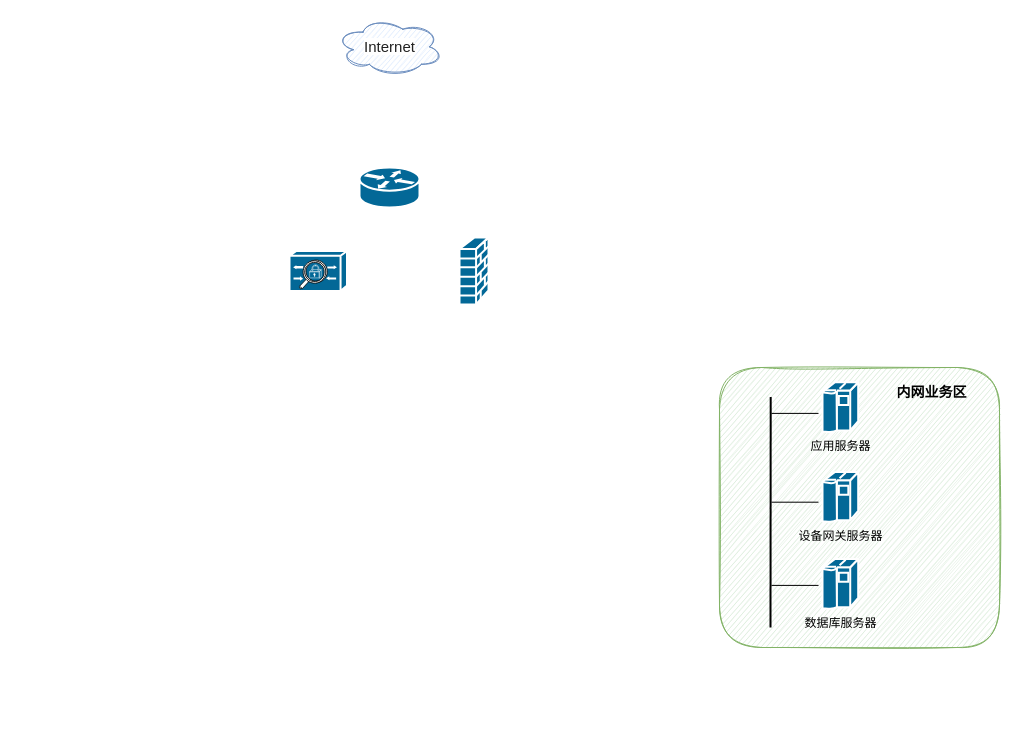
This is 充电桩三级等保拓扑图.drawio from LingClassmate/diagrams, a draw.io file, before an edit. Source tidied: cells renumbered, new cells numbered last; positions are measured from the earlier drawing's top-left corner, leaving out a move shared by most shapes. Both pictures are drawn from the tidied source at 100%, with x=0, y=0 at pixel (289, 17).
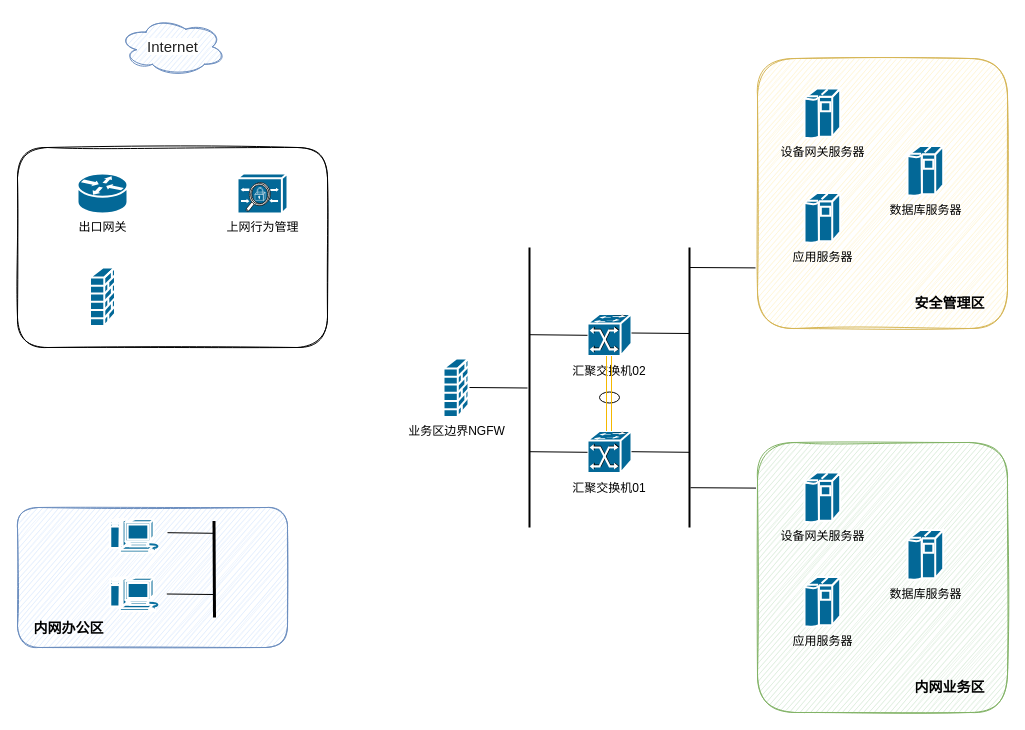
After the change.

Commit message (it also covers changes not shown here):
更新充电桩三级等保拓扑图.drawio

Change to the diagram source:
```diff
@@
+    <mxCell id="15" style="rounded=1;whiteSpace=wrap;html=1;sketch=1;shadow=0;" parent="1" vertex="1">
+      <mxGeometry x="-272" y="130" width="310" height="200" as="geometry" />
+    </mxCell>
-    <mxCell id="2" style="shape=mxgraph.cisco.routers.router;html=1;dashed=0;fillColor=#036897;strokeColor=#ffffff;strokeWidth=2;verticalLabelPosition=bottom;verticalAlign=top;align=center;" parent="1" vertex="1">
-      <mxGeometry x="70" y="150" width="60" height="40" as="geometry" />
+    <mxCell id="2" value="出口网关" style="shape=mxgraph.cisco.routers.router;html=1;dashed=0;fillColor=#036897;strokeColor=#ffffff;strokeWidth=2;verticalLabelPosition=bottom;verticalAlign=top;align=center;" parent="1" vertex="1">
+      <mxGeometry x="-212" y="156" width="50" height="40" as="geometry" />
     </mxCell>
-    <mxCell id="3" style="shape=mxgraph.cisco.misc.acs;html=1;dashed=0;fillColor=#036897;strokeColor=#ffffff;strokeWidth=2;verticalLabelPosition=bottom;verticalAlign=top;align=center;" parent="1" vertex="1">
-      <mxGeometry y="233.5" width="57.5" height="40" as="geometry" />
+    <mxCell id="3" value="上网行为管理" style="shape=mxgraph.cisco.misc.acs;html=1;dashed=0;fillColor=#036897;strokeColor=#ffffff;strokeWidth=2;verticalLabelPosition=bottom;verticalAlign=top;align=center;" parent="1" vertex="1">
+      <mxGeometry x="-52" y="156" width="50" height="40" as="geometry" />
     </mxCell>
-    <mxCell id="4" style="shape=mxgraph.cisco.security.firewall;html=1;dashed=0;fillColor=#036897;strokeColor=#ffffff;strokeWidth=2;verticalLabelPosition=bottom;verticalAlign=top;align=center;" parent="1" vertex="1">
-      <mxGeometry x="170" y="220" width="29" height="67" as="geometry" />
-    </mxCell>
     <mxCell id="5" value="&lt;span style=&quot;color: rgb(34, 34, 34); font-family: Arial, sans-serif; font-size: 15px; text-align: start; background-color: rgb(255, 255, 255);&quot;&gt;Internet&lt;/span&gt;" style="ellipse;shape=cloud;whiteSpace=wrap;html=1;shadow=0;sketch=1;fontSize=15;strokeColor=#6c8ebf;fillColor=#dae8fc;" parent="1" vertex="1">
-      <mxGeometry x="46.8" width="106.5" height="58.5" as="geometry" />
+      <mxGeometry x="-170.2" width="106.5" height="58.5" as="geometry" />
     </mxCell>
     <mxCell id="6" style="rounded=1;whiteSpace=wrap;html=1;sketch=1;fillColor=#d5e8d4;strokeColor=#82b366;shadow=0;" parent="1" vertex="1">
-      <mxGeometry x="430" y="350" width="280" height="280" as="geometry" />
+      <mxGeometry x="468" y="425" width="250" height="270" as="geometry" />
     </mxCell>
     <mxCell id="7" value="内网业务区" style="text;html=1;strokeColor=none;fillColor=none;align=center;verticalAlign=middle;whiteSpace=wrap;rounded=0;sketch=1;fontColor=#000000;fontSize=14;fontStyle=1;" parent="1" vertex="1">
-      <mxGeometry x="600" y="360" width="85" height="30" as="geometry" />
+      <mxGeometry x="618" y="655" width="85" height="30" as="geometry" />
     </mxCell>
-    <mxCell id="8" style="endArrow=none;html=1;rounded=0;entryX=0.211;entryY=0.086;entryDx=0;entryDy=0;strokeWidth=2;entryPerimeter=0;" parent="1" edge="1">
+    <mxCell id="8" style="endArrow=none;html=1;rounded=0;strokeWidth=2;" parent="1" edge="1">
       <mxGeometry relative="1" as="geometry">
-        <mxPoint x="481" y="610" as="sourcePoint" />
-        <mxPoint x="481.2" y="379.5" as="targetPoint" />
+        <mxPoint x="400" y="510" as="sourcePoint" />
+        <mxPoint x="400" y="230" as="targetPoint" />
       </mxGeometry>
     </mxCell>
-    <mxCell id="9" style="endArrow=none;html=1;rounded=0;" parent="1" edge="1">
-      <mxGeometry relative="1" as="geometry">
-        <mxPoint x="482" y="395.9" as="sourcePoint" />
-        <mxPoint x="529" y="395.9" as="targetPoint" />
-      </mxGeometry>
-    </mxCell>
-    <mxCell id="10" style="endArrow=none;html=1;rounded=0;" parent="1" edge="1">
-      <mxGeometry relative="1" as="geometry">
-        <mxPoint x="482" y="484.7" as="sourcePoint" />
-        <mxPoint x="529" y="484.7" as="targetPoint" />
-      </mxGeometry>
-    </mxCell>
-    <mxCell id="11" style="endArrow=none;html=1;rounded=0;" parent="1" edge="1">
-      <mxGeometry relative="1" as="geometry">
-        <mxPoint x="482" y="567.9" as="sourcePoint" />
-        <mxPoint x="529" y="567.9" as="targetPoint" />
-      </mxGeometry>
-    </mxCell>
     <mxCell id="12" value="应用服务器" style="shape=mxgraph.cisco.computers_and_peripherals.ibm_mainframe;sketch=0;html=1;dashed=0;fillColor=#036897;strokeColor=#ffffff;strokeWidth=2;verticalLabelPosition=bottom;verticalAlign=top;align=center;shadow=0;fontSize=12;" parent="1" vertex="1">
-      <mxGeometry x="533" y="364.8" width="35.7" height="50" as="geometry" />
+      <mxGeometry x="515" y="559.5" width="35.7" height="50" as="geometry" />
     </mxCell>
     <mxCell id="13" value="设备网关服务器" style="shape=mxgraph.cisco.computers_and_peripherals.ibm_mainframe;sketch=0;html=1;dashed=0;fillColor=#036897;strokeColor=#ffffff;strokeWidth=2;verticalLabelPosition=bottom;verticalAlign=top;align=center;shadow=0;fontSize=12;" parent="1" vertex="1">
-      <mxGeometry x="533" y="454.5" width="35.7" height="50" as="geometry" />
+      <mxGeometry x="515" y="455" width="35.7" height="50" as="geometry" />
     </mxCell>
     <mxCell id="14" value="数据库服务器" style="shape=mxgraph.cisco.computers_and_peripherals.ibm_mainframe;sketch=0;html=1;dashed=0;fillColor=#036897;strokeColor=#ffffff;strokeWidth=2;verticalLabelPosition=bottom;verticalAlign=top;align=center;shadow=0;fontSize=12;" parent="1" vertex="1">
-      <mxGeometry x="533" y="541.5" width="35.7" height="50" as="geometry" />
+      <mxGeometry x="618" y="512.5" width="35.7" height="50" as="geometry" />
     </mxCell>
+    <mxCell id="16" style="rounded=1;whiteSpace=wrap;html=1;sketch=1;shadow=0;fillColor=#dae8fc;strokeColor=#6c8ebf;" parent="1" vertex="1">
+      <mxGeometry x="-272" y="490" width="270" height="140" as="geometry" />
+    </mxCell>
+    <mxCell id="17" style="shape=mxgraph.cisco.computers_and_peripherals.macintosh;sketch=0;html=1;dashed=0;fillColor=#036897;strokeColor=#ffffff;strokeWidth=2;verticalLabelPosition=bottom;verticalAlign=top;align=center;shadow=0;fontSize=12;" parent="1" vertex="1">
+      <mxGeometry x="-179.5" y="501.5" width="51.8" height="33.5" as="geometry" />
+    </mxCell>
+    <mxCell id="18" style="endArrow=none;html=1;rounded=0;strokeWidth=3;" parent="1" edge="1">
+      <mxGeometry relative="1" as="geometry">
+        <mxPoint x="-75" y="600" as="sourcePoint" />
+        <mxPoint x="-75.5" y="503.5" as="targetPoint" />
+      </mxGeometry>
+    </mxCell>
+    <mxCell id="19" style="endArrow=none;html=1;rounded=0;entryX=0;entryY=0.5;entryDx=0;entryDy=0;entryPerimeter=0;" parent="1" edge="1">
+      <mxGeometry relative="1" as="geometry">
+        <mxPoint x="-122" y="515.2" as="sourcePoint" />
+        <mxPoint x="-75.5" y="515.8" as="targetPoint" />
+      </mxGeometry>
+    </mxCell>
+    <mxCell id="20" style="endArrow=none;html=1;rounded=0;entryX=0;entryY=0.5;entryDx=0;entryDy=0;entryPerimeter=0;" parent="1" edge="1">
+      <mxGeometry relative="1" as="geometry">
+        <mxPoint x="-122.7" y="576.5" as="sourcePoint" />
+        <mxPoint x="-76.2" y="577" as="targetPoint" />
+      </mxGeometry>
+    </mxCell>
+    <mxCell id="21" value="内网办公区" style="text;html=1;strokeColor=none;fillColor=none;align=center;verticalAlign=middle;whiteSpace=wrap;rounded=0;sketch=1;fontColor=#000000;fontSize=14;fontStyle=1;" parent="1" vertex="1">
+      <mxGeometry x="-266.2" y="595.5" width="91" height="30" as="geometry" />
+    </mxCell>
+    <mxCell id="22" style="shape=mxgraph.cisco.computers_and_peripherals.macintosh;sketch=0;html=1;dashed=0;fillColor=#036897;strokeColor=#ffffff;strokeWidth=2;verticalLabelPosition=bottom;verticalAlign=top;align=center;shadow=0;fontSize=12;" parent="1" vertex="1">
+      <mxGeometry x="-179.5" y="560" width="51.8" height="33.5" as="geometry" />
+    </mxCell>
+    <mxCell id="23" value="业务区边界NGFW" style="shape=mxgraph.cisco.security.firewall;html=1;dashed=0;fillColor=#036897;strokeColor=#ffffff;strokeWidth=2;verticalLabelPosition=bottom;verticalAlign=top;align=center;" parent="1" vertex="1">
+      <mxGeometry x="154" y="341" width="25" height="58.5" as="geometry" />
+    </mxCell>
+    <mxCell id="24" style="ellipse;whiteSpace=wrap;html=1;" parent="1" vertex="1">
+      <mxGeometry x="310" y="374.5" width="20" height="11" as="geometry" />
+    </mxCell>
+    <mxCell id="25" style="shape=mxgraph.cisco.switches.atm_fast_gigabit_etherswitch;sketch=0;html=1;dashed=0;fillColor=#036897;strokeColor=#ffffff;strokeWidth=2;verticalLabelPosition=bottom;verticalAlign=top;align=center;fontColor=#000000;" parent="1" vertex="1">
+      <mxGeometry x="298" y="413.5" width="44" height="42" as="geometry" />
+    </mxCell>
+    <mxCell id="26" style="shape=mxgraph.cisco.switches.atm_fast_gigabit_etherswitch;sketch=0;html=1;dashed=0;fillColor=#036897;strokeColor=#ffffff;strokeWidth=2;verticalLabelPosition=bottom;verticalAlign=top;align=center;fontColor=#000000;" parent="1" vertex="1">
+      <mxGeometry x="298" y="296.5" width="44" height="42" as="geometry" />
+    </mxCell>
+    <mxCell id="27" value="汇聚交换机01" style="text;html=1;strokeColor=none;fillColor=none;align=center;verticalAlign=middle;whiteSpace=wrap;rounded=0;sketch=1;fontColor=#000000;" parent="1" vertex="1">
+      <mxGeometry x="270" y="455.5" width="100" height="30" as="geometry" />
+    </mxCell>
+    <mxCell id="28" value="汇聚交换机02" style="text;html=1;strokeColor=none;fillColor=none;align=center;verticalAlign=middle;whiteSpace=wrap;rounded=0;sketch=1;fontColor=#000000;" parent="1" vertex="1">
+      <mxGeometry x="270" y="338.5" width="100" height="30" as="geometry" />
+    </mxCell>
+    <mxCell id="29" style="shape=mxgraph.cisco.switches.atm_fast_gigabit_etherswitch;sketch=0;html=1;dashed=0;fillColor=#036897;strokeColor=#ffffff;strokeWidth=2;verticalLabelPosition=bottom;verticalAlign=top;align=center;fontColor=#000000;" parent="1" vertex="1">
+      <mxGeometry x="298" y="296.5" width="44" height="42" as="geometry" />
+    </mxCell>
+    <mxCell id="30" style="endArrow=none;html=1;rounded=0;exitX=0.5;exitY=0;exitDx=0;exitDy=0;exitPerimeter=0;entryX=0.5;entryY=0;entryDx=0;entryDy=0;strokeColor=#F5B800;" parent="1" edge="1">
+      <mxGeometry relative="1" as="geometry">
+        <mxPoint x="317" y="413.5" as="sourcePoint" />
+        <mxPoint x="317" y="338.5" as="targetPoint" />
+      </mxGeometry>
+    </mxCell>
+    <mxCell id="31" style="endArrow=none;html=1;rounded=0;exitX=0.5;exitY=0;exitDx=0;exitDy=0;exitPerimeter=0;entryX=0.5;entryY=0;entryDx=0;entryDy=0;strokeColor=#F5B800;" parent="1" edge="1">
+      <mxGeometry relative="1" as="geometry">
+        <mxPoint x="322" y="413.5" as="sourcePoint" />
+        <mxPoint x="322" y="338.5" as="targetPoint" />
+      </mxGeometry>
+    </mxCell>
+    <mxCell id="32" style="shape=mxgraph.cisco.security.firewall;html=1;dashed=0;fillColor=#036897;strokeColor=#ffffff;strokeWidth=2;verticalLabelPosition=bottom;verticalAlign=top;align=center;" parent="1" vertex="1">
+      <mxGeometry x="-199.5" y="250" width="25" height="58.5" as="geometry" />
+    </mxCell>
+    <mxCell id="33" style="endArrow=none;html=1;rounded=0;" parent="1" edge="1">
+      <mxGeometry relative="1" as="geometry">
+        <mxPoint x="342" y="315.5" as="sourcePoint" />
+        <mxPoint x="400" y="316" as="targetPoint" />
+      </mxGeometry>
+    </mxCell>
+    <mxCell id="34" style="endArrow=none;html=1;rounded=0;" parent="1" edge="1">
+      <mxGeometry relative="1" as="geometry">
+        <mxPoint x="342" y="434.2" as="sourcePoint" />
+        <mxPoint x="400" y="434.8" as="targetPoint" />
+      </mxGeometry>
+    </mxCell>
+    <mxCell id="35" style="endArrow=none;html=1;rounded=0;strokeWidth=2;" parent="1" edge="1">
+      <mxGeometry relative="1" as="geometry">
+        <mxPoint x="240" y="510" as="sourcePoint" />
+        <mxPoint x="240" y="230" as="targetPoint" />
+      </mxGeometry>
+    </mxCell>
+    <mxCell id="36" style="endArrow=none;html=1;rounded=0;" parent="1" edge="1">
+      <mxGeometry relative="1" as="geometry">
+        <mxPoint x="240" y="317.2" as="sourcePoint" />
+        <mxPoint x="298" y="317.8" as="targetPoint" />
+      </mxGeometry>
+    </mxCell>
+    <mxCell id="37" style="endArrow=none;html=1;rounded=0;" parent="1" edge="1">
+      <mxGeometry relative="1" as="geometry">
+        <mxPoint x="240" y="434.2" as="sourcePoint" />
+        <mxPoint x="298" y="434.8" as="targetPoint" />
+      </mxGeometry>
+    </mxCell>
+    <mxCell id="38" style="endArrow=none;html=1;rounded=0;" parent="1" edge="1">
+      <mxGeometry relative="1" as="geometry">
+        <mxPoint x="180" y="370" as="sourcePoint" />
+        <mxPoint x="238" y="370.5" as="targetPoint" />
+      </mxGeometry>
+    </mxCell>
+    <mxCell id="39" style="rounded=1;whiteSpace=wrap;html=1;sketch=1;fillColor=#fff2cc;strokeColor=#d6b656;shadow=0;" parent="1" vertex="1">
+      <mxGeometry x="468" y="41" width="250" height="270" as="geometry" />
+    </mxCell>
+    <mxCell id="40" value="安全管理区" style="text;html=1;strokeColor=none;fillColor=none;align=center;verticalAlign=middle;whiteSpace=wrap;rounded=0;sketch=1;fontColor=#000000;fontSize=14;fontStyle=1;" parent="1" vertex="1">
+      <mxGeometry x="618" y="271" width="85" height="30" as="geometry" />
+    </mxCell>
+    <mxCell id="41" value="应用服务器" style="shape=mxgraph.cisco.computers_and_peripherals.ibm_mainframe;sketch=0;html=1;dashed=0;fillColor=#036897;strokeColor=#ffffff;strokeWidth=2;verticalLabelPosition=bottom;verticalAlign=top;align=center;shadow=0;fontSize=12;" parent="1" vertex="1">
+      <mxGeometry x="515" y="175.5" width="35.7" height="50" as="geometry" />
+    </mxCell>
+    <mxCell id="42" value="设备网关服务器" style="shape=mxgraph.cisco.computers_and_peripherals.ibm_mainframe;sketch=0;html=1;dashed=0;fillColor=#036897;strokeColor=#ffffff;strokeWidth=2;verticalLabelPosition=bottom;verticalAlign=top;align=center;shadow=0;fontSize=12;" parent="1" vertex="1">
+      <mxGeometry x="515" y="71" width="35.7" height="50" as="geometry" />
+    </mxCell>
+    <mxCell id="43" value="数据库服务器" style="shape=mxgraph.cisco.computers_and_peripherals.ibm_mainframe;sketch=0;html=1;dashed=0;fillColor=#036897;strokeColor=#ffffff;strokeWidth=2;verticalLabelPosition=bottom;verticalAlign=top;align=center;shadow=0;fontSize=12;" parent="1" vertex="1">
+      <mxGeometry x="618" y="128.5" width="35.7" height="50" as="geometry" />
+    </mxCell>
+    <mxCell id="44" style="endArrow=none;html=1;rounded=0;entryX=-0.01;entryY=0.169;entryDx=0;entryDy=0;entryPerimeter=0;" parent="1" edge="1">
+      <mxGeometry relative="1" as="geometry">
+        <mxPoint x="401" y="470.2" as="sourcePoint" />
+        <mxPoint x="466.5" y="470.6" as="targetPoint" />
+      </mxGeometry>
+    </mxCell>
+    <mxCell id="45" style="endArrow=none;html=1;rounded=0;entryX=-0.01;entryY=0.169;entryDx=0;entryDy=0;entryPerimeter=0;" parent="1" edge="1">
+      <mxGeometry relative="1" as="geometry">
+        <mxPoint x="400.5" y="250" as="sourcePoint" />
+        <mxPoint x="466" y="250.4" as="targetPoint" />
+      </mxGeometry>
+    </mxCell>
```
